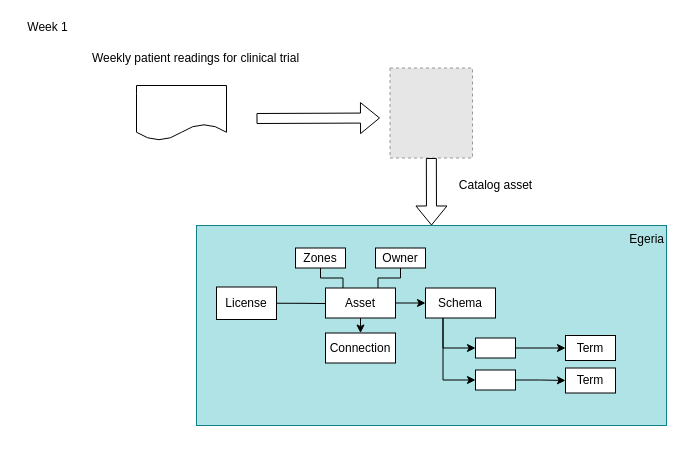
Earlier version of the draw.io diagram page "Week 1" (4 of 8) of open-metadata-publication/website/cataloging-assets/cataloging-assets.drawio (planetf1/egeria). Source tidied: cells renumbered, new cells numbered last; positions are measured from the earlier drawing's top-left corner, leaving out a move shared by most shapes. Both pictures are drawn from the tidied source at 100%, with x=0, y=0 at pixel (17, 17). Pictures stored in the file or linked from it are replaced by grey dashed boxes.
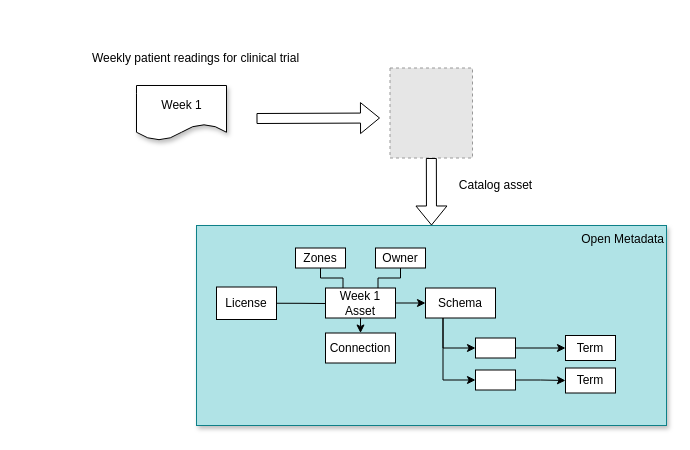
The same page after the edit.

What changed in the source:
```diff
@@
-    <mxCell id="3" style="shape=document;whiteSpace=wrap;html=1;boundedLbl=1;" parent="1" vertex="1">
+    <mxCell id="3" style="shape=document;whiteSpace=wrap;html=1;boundedLbl=1;shadow=1;" parent="1" vertex="1">
       <mxGeometry x="119" y="68" width="90" height="55" as="geometry" />
     </mxCell>
@@
-    <mxCell id="6" value="Egeria" style="rounded=0;whiteSpace=wrap;html=1;fillColor=#b0e3e6;strokeColor=#0e8088;verticalAlign=top;align=right;" parent="1" vertex="1">
+    <mxCell id="6" value="Open Metadata" style="rounded=0;whiteSpace=wrap;html=1;fillColor=#b0e3e6;strokeColor=#0e8088;verticalAlign=top;align=right;shadow=1;" parent="1" vertex="1">
       <mxGeometry x="179" y="208" width="470" height="200" as="geometry" />
     </mxCell>
@@
-    <mxCell id="11" value="Asset" style="rounded=0;whiteSpace=wrap;html=1;" parent="1" vertex="1">
+    <mxCell id="11" value="Week 1&lt;br&gt;Asset" style="rounded=0;whiteSpace=wrap;html=1;" parent="1" vertex="1">
       <mxGeometry x="308" y="270.5" width="70" height="30" as="geometry" />
     </mxCell>
@@
     <mxCell id="26" value="Week 1" style="text;html=1;align=center;verticalAlign=middle;" parent="1" vertex="1">
-      <mxGeometry width="60" height="20" as="geometry" />
+      <mxGeometry x="134" y="78" width="60" height="20" as="geometry" />
     </mxCell>
```
